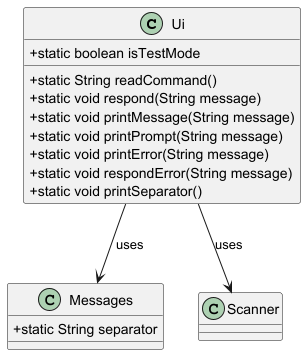
This is docs/images/UIComponent_ClassDiagram.png from ashutoshalung/tp, a PlantUML export, as it was before one commit.
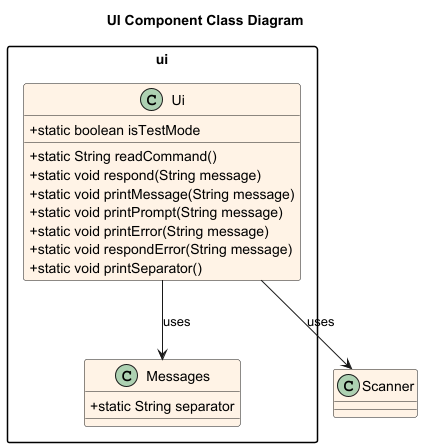
After the commit.

What changed in the source:
```diff
@@ -1,22 +1,32 @@
-@startuml
+@startuml UiComponent_ClassDiagram
+
+title UI Component Class Diagram
+
 skinparam classAttributeIconSize 0
-skinparam classStyle rectangle
+skinparam classBackgroundColor #FFF3E6
+skinparam packageStyle rectangle
+skinparam shadowing false
 
+package "ui" {
 class Ui {
-  +static boolean isTestMode
-  +static String readCommand()
-  +static void respond(String message)
-  +static void printMessage(String message)
-  +static void printPrompt(String message)
-  +static void printError(String message)
-  +static void respondError(String message)
-  +static void printSeparator()
++static boolean isTestMode
++static String readCommand()
++static void respond(String message)
++static void printMessage(String message)
++static void printPrompt(String message)
++static void printError(String message)
++static void respondError(String message)
++static void printSeparator()
 }
 
 class Messages {
   +static String separator
 }
 
+
+}
+
 Ui --> Messages : uses
 Ui --> Scanner : uses
+
 @enduml
```
